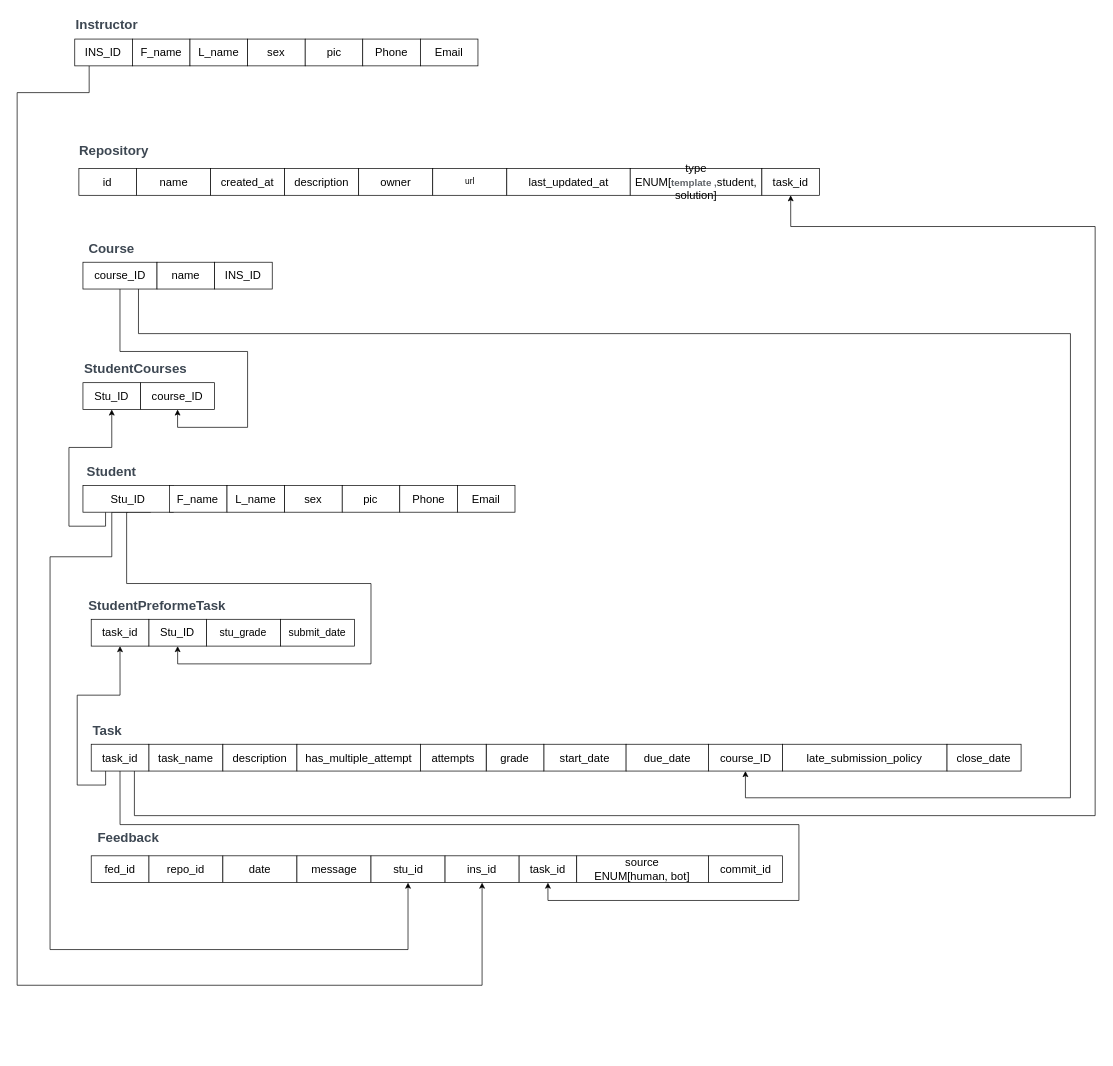
This is page "Page-3" (3 of 3) of relational_schema.drawio from Nawaf9529/project-diagrams-1, a draw.io file, before an edit. Source tidied: cells renumbered, new cells numbered last; positions are measured from the earlier drawing's top-left corner, leaving out a move shared by most shapes. Both pictures are drawn from the tidied source at 70%, with x=0, y=0 at pixel (17, 12).
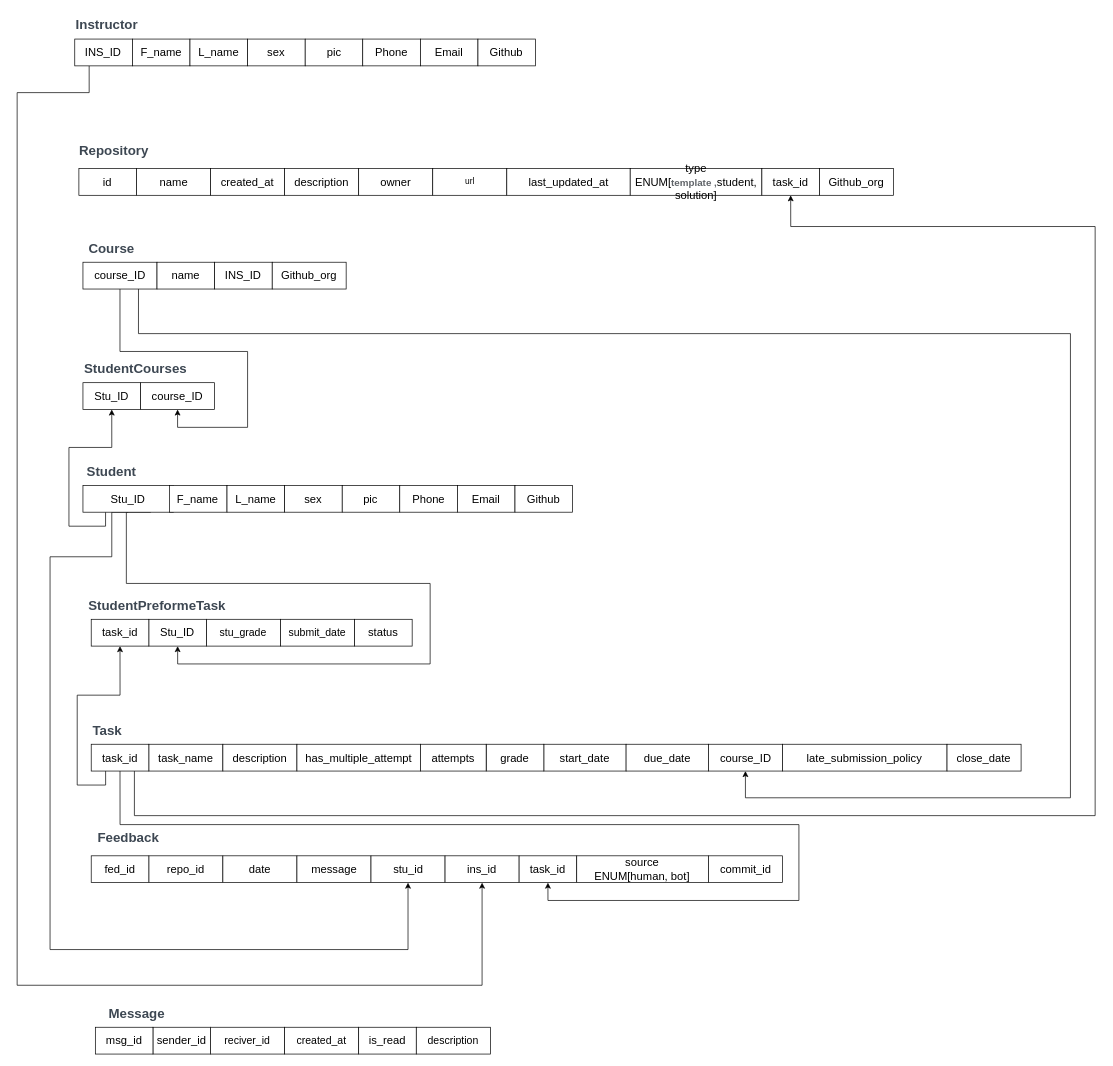
The same page after the edit.

The change refers to these unchanged cells:
```xml
<mxCell id="2" style="group;" parent="1" vertex="1">
  <mxGeometry width="1540" height="1390" as="geometry" />
</mxCell>
<mxCell id="14" value="&lt;font style=&quot;font-size: 16px;&quot;&gt;Stu_ID&lt;/font&gt;" style="rounded=0;whiteSpace=wrap;html=1;" parent="2" vertex="1">
  <mxGeometry x="94" y="675.9" width="129.3" height="38.3" as="geometry" />
</mxCell>
<mxCell id="52" value="&lt;font style=&quot;font-size: 16px;&quot;&gt;Stu_ID&lt;/font&gt;" style="rounded=0;whiteSpace=wrap;html=1;" parent="2" vertex="1">
  <mxGeometry x="188.1" y="867.2" width="82.3" height="38.3" as="geometry" />
</mxCell>
```

Diff of the diagram source:
```diff
@@
     <mxCell id="12" style="edgeStyle=orthogonalEdgeStyle;rounded=0;jettySize=auto;html=1;exitX=0.75;exitY=1;exitDx=0;exitDy=0;entryX=0.5;entryY=1;entryDx=0;entryDy=0;" parent="2" edge="1" source="14" target="52">
       <mxGeometry relative="1" as="geometry">
         <Array as="points">
-          <mxPoint x="156.4" y="816.1" />
-          <mxPoint x="505.5" y="816.1" />
-          <mxPoint x="505.5" y="930.9" />
-          <mxPoint x="229.2" y="930.9" />
+          <mxPoint x="156" y="714" />
+          <mxPoint x="156" y="816" />
+          <mxPoint x="590" y="816" />
+          <mxPoint x="590" y="931" />
+          <mxPoint x="229" y="931" />
         </Array>
       </mxGeometry>
     </mxCell>
@@
+    <mxCell id="72" value="&lt;font style=&quot;font-size: 16px;&quot;&gt;Github&lt;/font&gt;" style="rounded=0;whiteSpace=wrap;html=1;" parent="2" vertex="1">
+      <mxGeometry x="711.2" y="675.9" width="82.3" height="38.3" as="geometry" />
+    </mxCell>
+    <mxCell id="73" value="&lt;font style=&quot;font-size: 16px;&quot;&gt;Github&lt;/font&gt;" style="rounded=0;whiteSpace=wrap;html=1;" parent="2" vertex="1">
+      <mxGeometry x="658.3" y="38.3" width="82.3" height="38.3" as="geometry" />
+    </mxCell>
+    <mxCell id="74" value="&lt;font style=&quot;font-size: 16px;&quot;&gt;status&lt;/font&gt;" style="rounded=0;whiteSpace=wrap;html=1;" parent="2" vertex="1">
+      <mxGeometry x="482" y="867.2" width="82.3" height="38.3" as="geometry" />
+    </mxCell>
+    <mxCell id="75" value="&lt;font style=&quot;font-size: 16px;&quot;&gt;Github_org&lt;/font&gt;" style="rounded=0;whiteSpace=wrap;html=1;" parent="2" vertex="1">
+      <mxGeometry x="364.4" y="357.1" width="105.6" height="38.3" as="geometry" />
+    </mxCell>
+    <mxCell id="76" value="&lt;font style=&quot;font-size: 16px;&quot;&gt;Github_org&lt;/font&gt;" style="rounded=0;whiteSpace=wrap;html=1;" parent="2" vertex="1">
+      <mxGeometry x="1146.2" y="223.2" width="105.6" height="38.3" as="geometry" />
+    </mxCell>
+    <mxCell id="77" value="&lt;span style=&quot;font-size: 15px;&quot;&gt;&lt;font face=&quot;Helvetica&quot;&gt;reciver_id&lt;/font&gt;&lt;/span&gt;" style="rounded=0;whiteSpace=wrap;html=1;" parent="1" vertex="1">
+      <mxGeometry x="276.3" y="1450" width="105.8" height="38.3" as="geometry" />
+    </mxCell>
+    <mxCell id="78" value="&lt;font style=&quot;font-size: 16px;&quot;&gt;sender_id&lt;/font&gt;" style="rounded=0;whiteSpace=wrap;html=1;" parent="1" vertex="1">
+      <mxGeometry x="194" y="1450" width="82.3" height="38.3" as="geometry" />
+    </mxCell>
+    <mxCell id="79" value="&lt;span style=&quot;font-size: 16px;&quot;&gt;msg_id&lt;/span&gt;" style="rounded=0;whiteSpace=wrap;html=1;" parent="1" vertex="1">
+      <mxGeometry x="111.7" y="1450" width="82.3" height="38.3" as="geometry" />
+    </mxCell>
+    <mxCell id="80" value="&lt;span style=&quot;font-size: 15px;&quot;&gt;&lt;font face=&quot;Helvetica&quot; style=&quot;&quot;&gt;created_at&lt;/font&gt;&lt;/span&gt;" style="rounded=0;whiteSpace=wrap;html=1;fontColor=default;" parent="1" vertex="1">
+      <mxGeometry x="382.1" y="1450" width="105.8" height="38.3" as="geometry" />
+    </mxCell>
+    <mxCell id="81" value="&lt;font style=&quot;font-size: 16px;&quot;&gt;is_read&lt;/font&gt;" style="rounded=0;whiteSpace=wrap;html=1;" parent="1" vertex="1">
+      <mxGeometry x="487.9" y="1450" width="82.3" height="38.3" as="geometry" />
+    </mxCell>
+    <mxCell id="82" value="&lt;span style=&quot;color: rgb(61, 71, 82);&quot;&gt;&lt;font style=&quot;font-size: 19px;&quot;&gt;Message&lt;/font&gt;&lt;/span&gt;" style="text;html=1;align=center;verticalAlign=middle;whiteSpace=wrap;rounded=0;fontStyle=1;" parent="1" vertex="1">
+      <mxGeometry x="111.7" y="1411.7" width="117.6" height="38.3" as="geometry" />
+    </mxCell>
+    <mxCell id="83" value="&lt;span style=&quot;font-size: 15px;&quot;&gt;description&lt;/span&gt;" style="rounded=0;whiteSpace=wrap;html=1;fontColor=default;" parent="1" vertex="1">
+      <mxGeometry x="570.2" y="1450" width="105.8" height="38.3" as="geometry" />
+    </mxCell>
```
